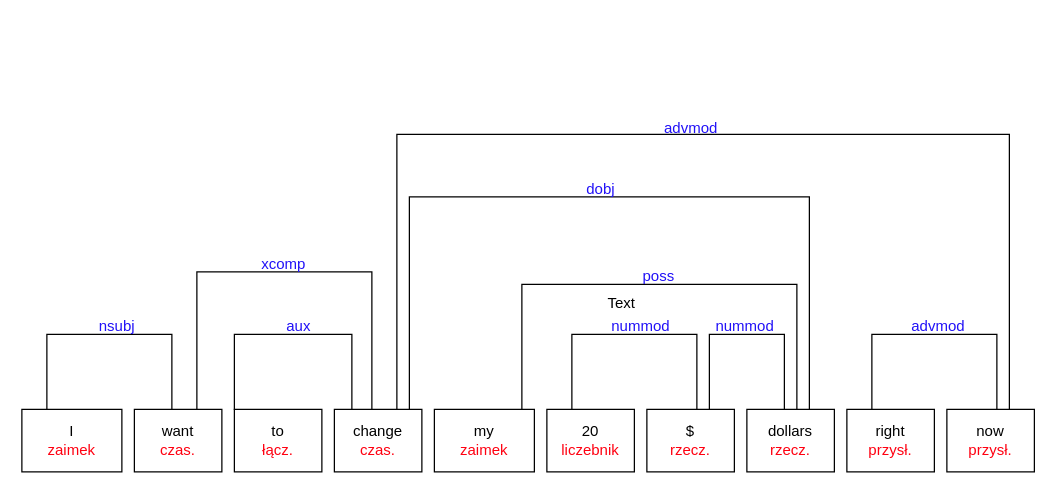
Above: Diagram bez tytułu.drawio in JayBroe/AI-Tutorial (draw.io), before the change. Source tidied: cells renumbered, new cells numbered last; positions are measured from the earlier drawing's top-left corner, leaving out a move shared by most shapes. Both pictures are drawn from the tidied source at 125%, with x=0, y=0 at pixel (21, 109).
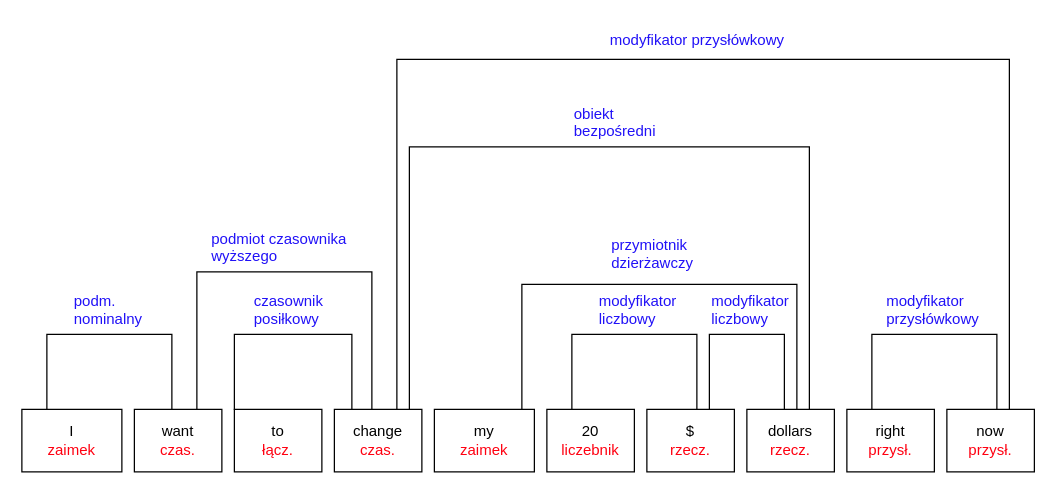
The same diagram, later.

Change to the diagram source:
```diff
@@
     <mxCell id="15" style="shape=partialRectangle;whiteSpace=wrap;html=1;bottom=1;right=1;left=1;top=0;fillColor=none;routingCenterX=-0.5;rotation=-180;" parent="1" vertex="1">
-      <mxGeometry x="300" y="20" width="490" height="220" as="geometry" />
+      <mxGeometry x="300" y="-40" width="490" height="280" as="geometry" />
     </mxCell>
@@
     <mxCell id="17" style="shape=partialRectangle;whiteSpace=wrap;html=1;bottom=1;right=1;left=1;top=0;fillColor=none;routingCenterX=-0.5;rotation=-180;" parent="1" vertex="1">
-      <mxGeometry x="310" y="70" width="320" height="170" as="geometry" />
+      <mxGeometry x="310" y="30" width="320" height="210" as="geometry" />
     </mxCell>
@@
-    <mxCell id="21" value="Text" style="text;strokeColor=none;align=center;fillColor=none;html=1;verticalAlign=middle;whiteSpace=wrap;rounded=0;" parent="1" vertex="1">
-      <mxGeometry x="450" y="140" width="60" height="30" as="geometry" />
-    </mxCell>
-    <mxCell id="22" value="&lt;font style=&quot;font-size: 12px;&quot; color=&quot;#2111f7&quot;&gt;advmod&lt;/font&gt;" style="text;html=1;align=center;verticalAlign=middle;strokeColor=none;fillColor=none;" parent="1" vertex="1">
-      <mxGeometry x="500" width="70" height="30" as="geometry" />
+    <mxCell id="22" value="&lt;font color=&quot;#2111f7&quot;&gt;modyfikator przysłówkowy&lt;br&gt;&lt;/font&gt;" style="text;html=1;align=center;verticalAlign=middle;strokeColor=none;fillColor=none;" parent="1" vertex="1">
+      <mxGeometry x="460" y="-70" width="160" height="30" as="geometry" />
     </mxCell>
-    <mxCell id="23" value="&lt;font color=&quot;#2111f7&quot;&gt;dobj&lt;/font&gt;" style="text;whiteSpace=wrap;html=1;" parent="1" vertex="1">
-      <mxGeometry x="450" y="50" width="80" height="40" as="geometry" />
+    <mxCell id="23" value="&lt;font color=&quot;#2111f7&quot;&gt;obiekt bezpośredni&lt;br&gt;&lt;/font&gt;" style="text;whiteSpace=wrap;html=1;" parent="1" vertex="1">
+      <mxGeometry x="440" y="-10" width="80" height="40" as="geometry" />
     </mxCell>
-    <mxCell id="24" value="&lt;font color=&quot;#2111f7&quot;&gt;nummod&lt;/font&gt;" style="text;whiteSpace=wrap;html=1;" parent="1" vertex="1">
-      <mxGeometry x="470" y="160" width="80" height="40" as="geometry" />
-    </mxCell>
-    <mxCell id="25" value="&lt;font color=&quot;#2111f7&quot;&gt;&amp;nbsp;nummod&lt;/font&gt;" style="text;whiteSpace=wrap;html=1;" parent="1" vertex="1">
-      <mxGeometry x="550" y="160" width="90" height="40" as="geometry" />
+    <mxCell id="25" value="&lt;font color=&quot;#2111f7&quot;&gt;modyfikator liczbowy&lt;br&gt;&lt;/font&gt;" style="text;whiteSpace=wrap;html=1;" parent="1" vertex="1">
+      <mxGeometry x="550" y="140" width="90" height="40" as="geometry" />
     </mxCell>
-    <mxCell id="26" value="&lt;font color=&quot;#2111f7&quot;&gt;poss&lt;/font&gt;" style="text;whiteSpace=wrap;html=1;" parent="1" vertex="1">
-      <mxGeometry x="495" y="120" width="80" height="40" as="geometry" />
+    <mxCell id="26" value="&lt;font color=&quot;#2111f7&quot;&gt;przymiotnik dzierżawczy&lt;br&gt;&lt;/font&gt;" style="text;whiteSpace=wrap;html=1;" parent="1" vertex="1">
+      <mxGeometry x="470" y="95" width="80" height="70" as="geometry" />
     </mxCell>
-    <mxCell id="27" value="&lt;font color=&quot;#2111f7&quot;&gt;xcomp&lt;/font&gt;" style="text;whiteSpace=wrap;html=1;" parent="1" vertex="1">
-      <mxGeometry x="190" y="110" width="80" height="60" as="geometry" />
+    <mxCell id="27" value="&lt;font color=&quot;#2111f7&quot;&gt;podmiot czasownika wyższego&lt;br&gt;&lt;/font&gt;" style="text;whiteSpace=wrap;html=1;" parent="1" vertex="1">
+      <mxGeometry x="150" y="90" width="140" height="80" as="geometry" />
     </mxCell>
-    <mxCell id="28" value="&lt;font color=&quot;#2111f7&quot;&gt;nsubj&lt;/font&gt;" style="text;whiteSpace=wrap;html=1;" parent="1" vertex="1">
-      <mxGeometry x="60" y="160" width="80" height="40" as="geometry" />
+    <mxCell id="28" value="&lt;font color=&quot;#2111f7&quot;&gt;podm. nominalny&lt;br&gt;&lt;/font&gt;" style="text;whiteSpace=wrap;html=1;" parent="1" vertex="1">
+      <mxGeometry x="40" y="140" width="60" height="40" as="geometry" />
     </mxCell>
-    <mxCell id="29" value="&lt;font color=&quot;#2111f7&quot;&gt;aux&lt;/font&gt;" style="text;whiteSpace=wrap;html=1;" parent="1" vertex="1">
-      <mxGeometry x="210" y="160" width="80" height="40" as="geometry" />
+    <mxCell id="29" value="&lt;font color=&quot;#2111f7&quot;&gt;czasownik posiłkowy&lt;br&gt;&lt;/font&gt;" style="text;whiteSpace=wrap;html=1;" parent="1" vertex="1">
+      <mxGeometry x="184" y="140" width="80" height="40" as="geometry" />
     </mxCell>
-    <mxCell id="30" value="&lt;font style=&quot;font-size: 12px;&quot; color=&quot;#2111f7&quot;&gt;advmod&lt;/font&gt;" style="text;whiteSpace=wrap;html=1;" parent="1" vertex="1">
-      <mxGeometry x="710" y="160" width="80" height="40" as="geometry" />
+    <mxCell id="30" value="&lt;font color=&quot;#2111f7&quot;&gt;modyfikator przysłówkowy&lt;br&gt;&lt;/font&gt;" style="text;whiteSpace=wrap;html=1;" parent="1" vertex="1">
+      <mxGeometry x="690" y="140" width="80" height="40" as="geometry" />
     </mxCell>
+    <mxCell id="31" value="&lt;font color=&quot;#2111f7&quot;&gt;modyfikator liczbowy&lt;br&gt;&lt;/font&gt;" style="text;whiteSpace=wrap;html=1;" parent="1" vertex="1">
+      <mxGeometry x="460" y="140" width="90" height="40" as="geometry" />
+    </mxCell>
```
